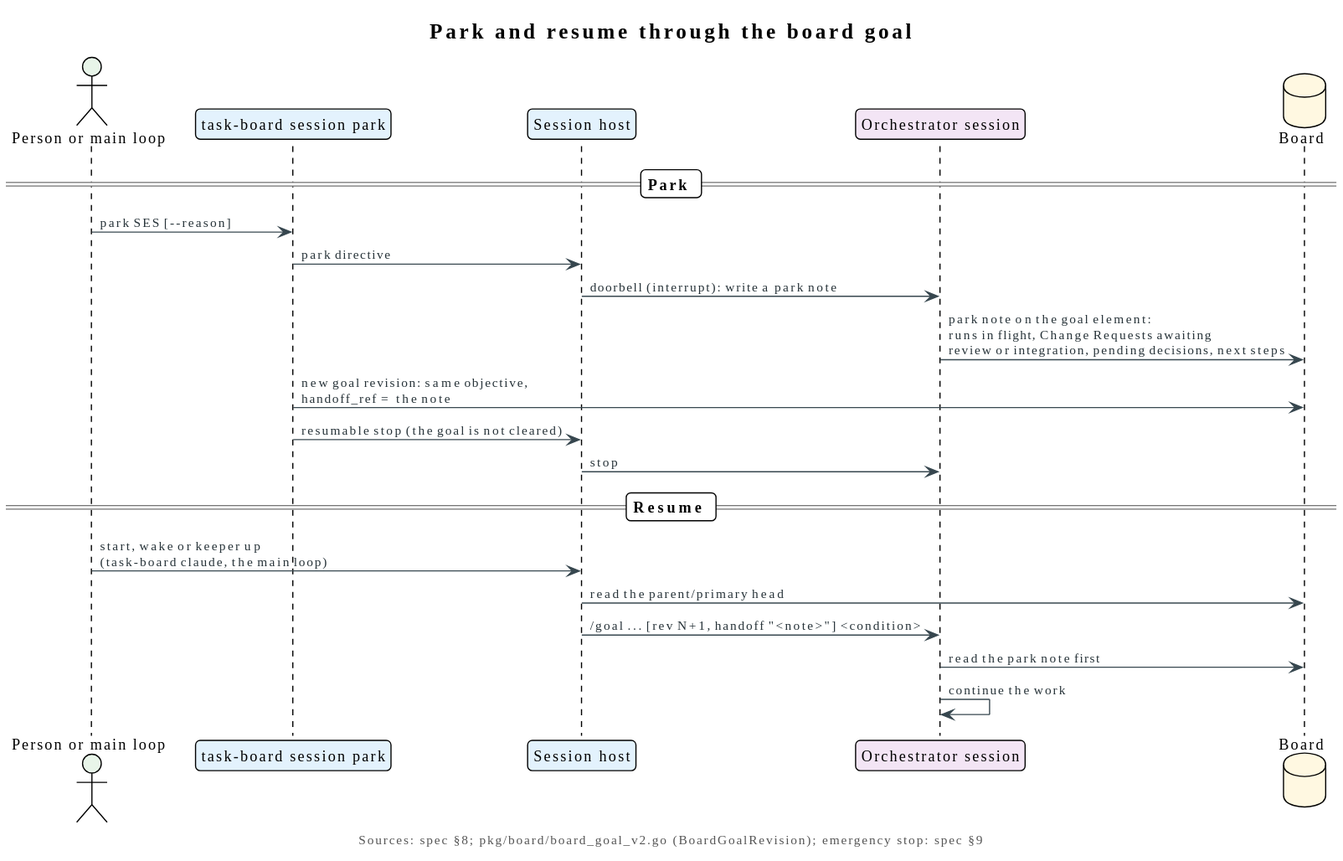
Earlier version of the PlantUML export diagrams/artefacts/plantuml/park-and-resume.svg (relux-works/agent-session-host).
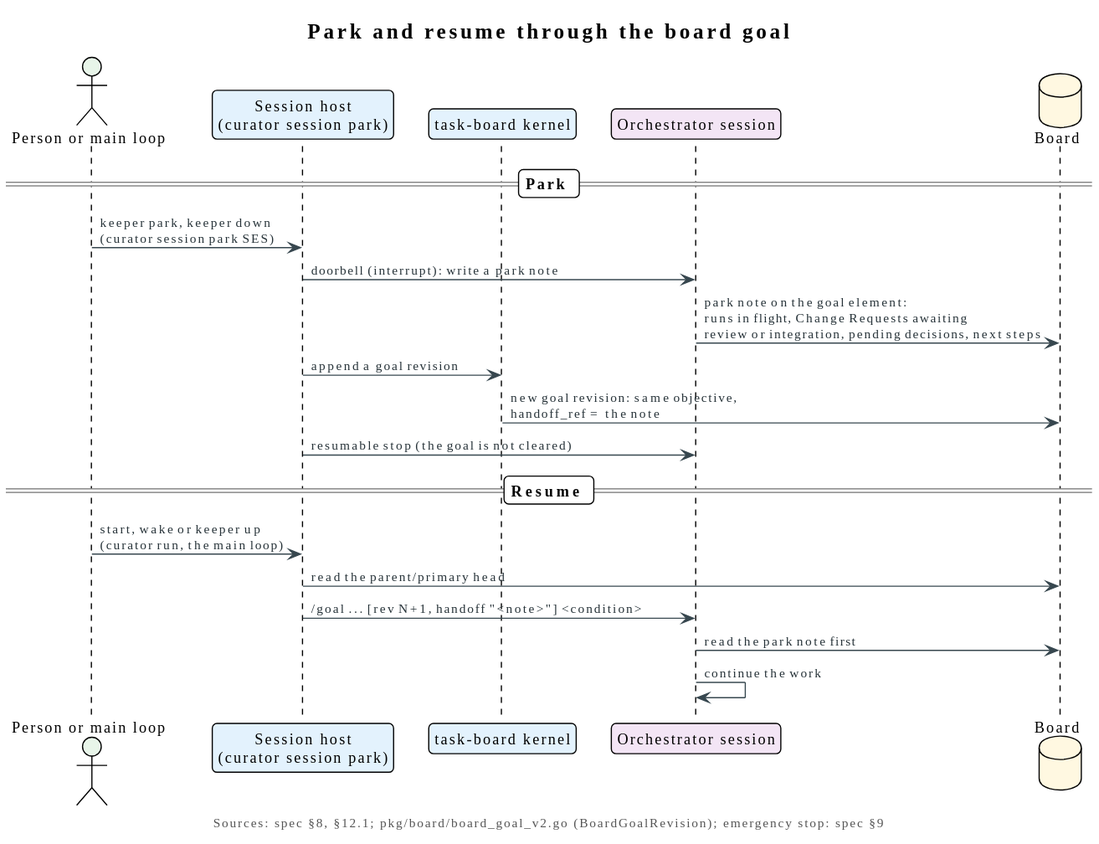
After the commit.

Commit message:
Session host v0.3: apply the adopted command-line shape

Change to the diagram source:
```diff
@@ -4,26 +4,25 @@
 title Park and resume through the board goal
 
 actor "Person or main loop" as P $PERSON
-participant "task-board session park" as K $SERVICE
-participant "Session host" as H $SERVICE
+participant "Session host\n(curator session park)" as H $SERVICE
+participant "task-board kernel" as K $SERVICE
 participant "Orchestrator session" as S $AGENT
 database "Board" as B $COMMITTED
 
 == Park ==
-P -> K: park SES [--reason]
-K -> H: park directive
+P -> H: keeper park, keeper down\n(curator session park SES)
 H -> S: doorbell (interrupt): write a park note
 S -> B: park note on the goal element:\nruns in flight, Change Requests awaiting\nreview or integration, pending decisions, next steps
+H -> K: append a goal revision
 K -> B: new goal revision: same objective,\nhandoff_ref = the note
-K -> H: resumable stop (the goal is not cleared)
-H -> S: stop
+H -> S: resumable stop (the goal is not cleared)
 
 == Resume ==
-P -> H: start, wake or keeper up\n(task-board claude, the main loop)
+P -> H: start, wake or keeper up\n(curator run, the main loop)
 H -> B: read the parent/primary head
 H -> S: /goal ... [rev N+1, handoff "<note>"] <condition>
 S -> B: read the park note first
 S -> S: continue the work
 
-caption Sources: spec §8; pkg/board/board_goal_v2.go (BoardGoalRevision); emergency stop: spec §9
+caption Sources: spec §8, §12.1; pkg/board/board_goal_v2.go (BoardGoalRevision); emergency stop: spec §9
 @enduml
```
